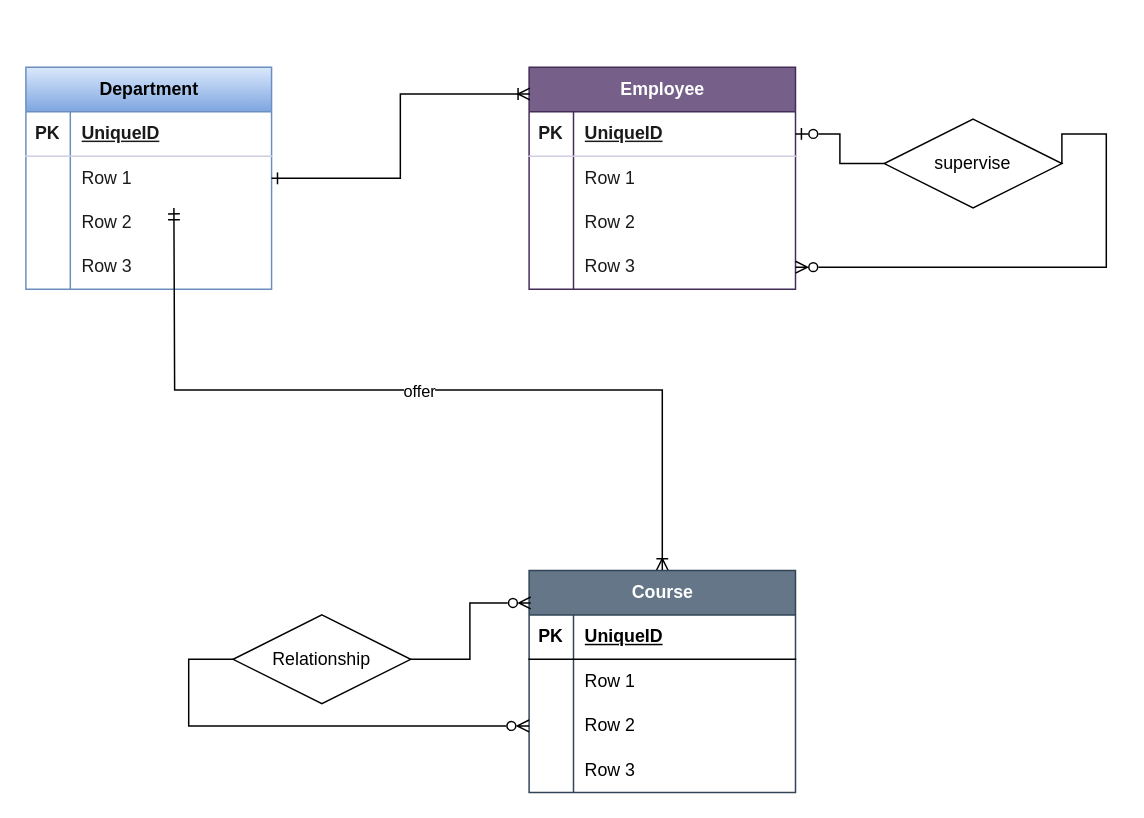
This is test.drawio from Meoleodeo/erd-sth, a draw.io file, before an edit. Source tidied: cells renumbered, new cells numbered last; positions are measured from the earlier drawing's top-left corner, leaving out a move shared by most shapes. Both pictures are drawn from the tidied source at 148%, with x=0, y=0 at pixel (25, 67).
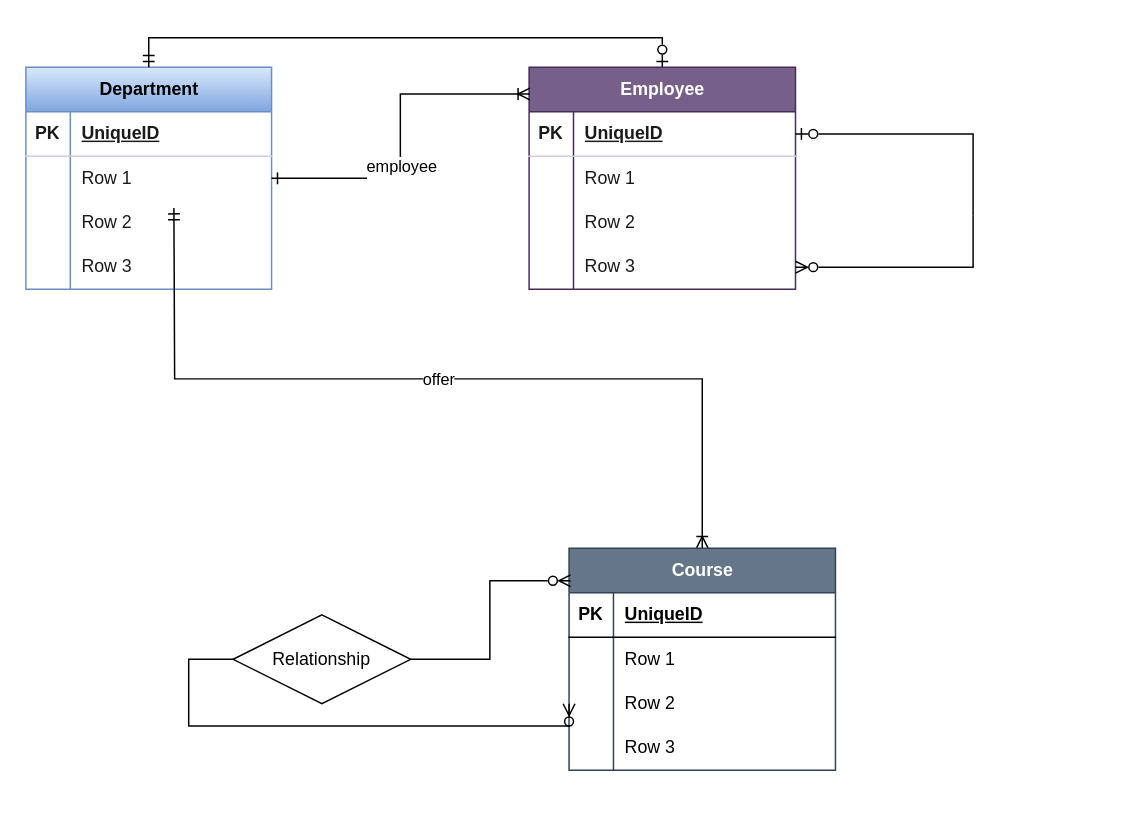
After the change.

Unchanged cells that the change refers to:
```xml
<mxCell id="2" value="Department" style="shape=table;startSize=30;childLayout=tableLayout;rowLines=0;fontStyle=1;align=center;html=1;fillColor=#dae8fc;strokeColor=#6c8ebf;gradientColor=#7ea6e0;" parent="1" vertex="1">
  <mxGeometry width="166" height="150" as="geometry" />
</mxCell>
<mxCell id="15" value="Employee" style="shape=table;startSize=30;childLayout=tableLayout;rowLines=0;fontStyle=1;align=center;html=1;fillColor=#76608a;strokeColor=#432D57;fontColor=#ffffff;" parent="1" vertex="1">
  <mxGeometry x="340" width="180" height="150" as="geometry" />
</mxCell>
<mxCell id="16" style="shape=tableRow;horizontal=0;startSize=0;swimlaneHead=0;swimlaneBody=0;fillColor=none;points=[[0,0.5],[1,0.5]];portConstraint=eastwest;top=0;left=0;right=0;bottom=1;strokeColor=#D0CEE2;fontColor=#1A1A1A;" parent="15" vertex="1">
  <mxGeometry y="30" width="180" height="30" as="geometry" />
</mxCell>
<mxCell id="25" style="shape=tableRow;horizontal=0;startSize=0;swimlaneHead=0;swimlaneBody=0;fillColor=none;points=[[0,0.5],[1,0.5]];portConstraint=eastwest;top=0;left=0;right=0;bottom=0;strokeColor=#D0CEE2;fontColor=#1A1A1A;" parent="15" vertex="1">
  <mxGeometry y="120" width="180" height="30" as="geometry" />
</mxCell>
<mxCell id="28" style="edgeStyle=orthogonalEdgeStyle;rounded=0;jettySize=auto;html=1;exitX=1;exitY=0.5;exitDx=0;exitDy=0;entryX=0.003;entryY=0.12;entryDx=0;entryDy=0;entryPerimeter=0;startArrow=ERone;startFill=0;endArrow=ERoneToMany;endFill=0;" parent="1" edge="1" source="6" target="15">
  <mxGeometry relative="1" as="geometry" />
</mxCell>
```

What changed in the source:
```diff
@@
+    <mxCell id="50" style="edgeStyle=orthogonalEdgeStyle;rounded=0;jettySize=auto;html=1;exitX=0.5;exitY=0;exitDx=0;exitDy=0;entryX=0.5;entryY=0;entryDx=0;entryDy=0;startArrow=ERzeroToOne;startFill=0;endArrow=ERmandOne;endFill=0;" parent="1" edge="1" source="15" target="2">
+      <mxGeometry relative="1" as="geometry" />
+    </mxCell>
@@
+    <mxCell id="51" value="employee&lt;div&gt;&lt;br&gt;&lt;/div&gt;" style="edgeLabel;html=1;align=center;verticalAlign=middle;" parent="28" vertex="1">
+      <mxGeometry x="-0.23" relative="1" as="geometry" />
+    </mxCell>
@@
     <mxCell id="31" value="Course" style="shape=table;startSize=30;childLayout=tableLayout;rowLines=0;fontStyle=1;align=center;html=1;fillColor=#647687;fontColor=#ffffff;strokeColor=#314354;" parent="1" vertex="1">
-      <mxGeometry x="340" y="340" width="180" height="150" as="geometry" />
+      <mxGeometry x="367" y="325" width="180" height="150" as="geometry" />
     </mxCell>
@@
-    <mxCell id="44" value="supervise" style="shape=rhombus;perimeter=rhombusPerimeter;whiteSpace=wrap;html=1;align=center;" parent="1" vertex="1">
-      <mxGeometry x="580" y="35" width="120" height="60" as="geometry" />
-    </mxCell>
-    <mxCell id="45" style="edgeStyle=orthogonalEdgeStyle;rounded=0;jettySize=auto;html=1;exitX=1;exitY=0.5;exitDx=0;exitDy=0;startArrow=ERzeroToOne;startFill=0;endArrow=none;endFill=0;" parent="1" edge="1" source="16" target="44">
-      <mxGeometry relative="1" as="geometry" />
+    <mxCell id="45" style="edgeStyle=orthogonalEdgeStyle;rounded=0;jettySize=auto;html=1;exitX=1;exitY=0.5;exitDx=0;exitDy=0;startArrow=ERzeroToOne;startFill=0;endArrow=none;endFill=0;" parent="1" edge="1" source="16">
+      <mxGeometry relative="1" as="geometry">
+        <mxPoint x="640" y="100" as="targetPoint" />
+        <Array as="points">
+          <mxPoint x="640" y="45" />
+        </Array>
+      </mxGeometry>
     </mxCell>
-    <mxCell id="46" style="edgeStyle=orthogonalEdgeStyle;rounded=0;jettySize=auto;html=1;exitX=1;exitY=0.5;exitDx=0;exitDy=0;startArrow=none;startFill=0;endArrow=ERzeroToMany;endFill=0;" parent="1" edge="1" source="44" target="25">
+    <mxCell id="46" style="edgeStyle=orthogonalEdgeStyle;rounded=0;jettySize=auto;html=1;startArrow=none;startFill=0;endArrow=ERzeroToMany;endFill=0;" parent="1" edge="1" target="25">
       <mxGeometry relative="1" as="geometry">
+        <mxPoint x="640" y="100" as="sourcePoint" />
         <Array as="points">
-          <mxPoint x="700" y="45" />
-          <mxPoint x="730" y="45" />
-          <mxPoint x="730" y="135" />
+          <mxPoint x="640" y="110" />
+          <mxPoint x="640" y="135" />
         </Array>
       </mxGeometry>
     </mxCell>
```
